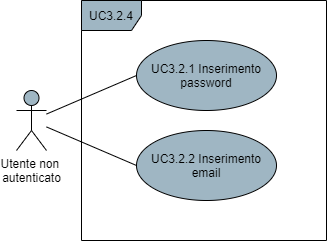
Omicron-Team/Documentazione keeps this draw.io diagram as DocumentazioneEsterna/AnalisiDeiRequisiti/res/UseCase/Immagini/InserimentoDatiLoginVenditore.png. Above is the earlier version. Source tidied: cells renumbered, new cells last; positions are measured from the earlier drawing's top-left corner, leaving out a move shared by most shapes. Its diagram source:
```xml
<mxGraphModel>
  <root>
    <mxCell id="0" />
    <mxCell id="1" parent="0" />
    <mxCell id="2" value="Utente non &lt;br&gt;autenticato" style="shape=umlActor;verticalLabelPosition=bottom;verticalAlign=top;html=1;fillColor=#9FB6C3;" parent="1" vertex="1">
      <mxGeometry y="90" width="30" height="60" as="geometry" />
    </mxCell>
    <mxCell id="3" value="UC3.2.4" style="shape=umlFrame;whiteSpace=wrap;html=1;fillColor=#9FB6C3;" parent="1" vertex="1">
      <mxGeometry x="65" width="245" height="240" as="geometry" />
    </mxCell>
    <mxCell id="4" value="UC3.2.1 Inserimento password" style="ellipse;whiteSpace=wrap;html=1;fillColor=#9FB6C3;" parent="1" vertex="1">
      <mxGeometry x="120" y="40" width="140" height="70" as="geometry" />
    </mxCell>
    <mxCell id="5" style="edgeStyle=none;rounded=0;jettySize=auto;html=1;entryX=0;entryY=0.5;entryDx=0;entryDy=0;endArrow=none;endFill=0;endSize=10;" parent="1" edge="1" source="2" target="4">
      <mxGeometry relative="1" as="geometry" />
    </mxCell>
    <mxCell id="6" value="UC3.2.2 Inserimento email" style="ellipse;whiteSpace=wrap;html=1;fillColor=#9FB6C3;" parent="1" vertex="1">
      <mxGeometry x="120" y="130" width="140" height="70" as="geometry" />
    </mxCell>
    <mxCell id="7" style="endArrow=none;html=1;entryX=0;entryY=0.5;entryDx=0;entryDy=0;" parent="1" edge="1" source="2" target="6">
      <mxGeometry relative="1" as="geometry" />
    </mxCell>
  </root>
</mxGraphModel>
```
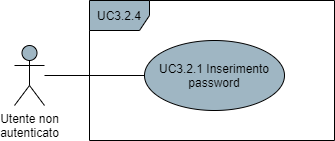
Later version of the same file.

Commit message:
Fix immagini logincliente e loginvenditore

The edit, as a diff of the source:
```diff
@@ -2,11 +2,11 @@
   <root>
     <mxCell id="0" />
     <mxCell id="1" parent="0" />
-    <mxCell id="2" value="Utente non &lt;br&gt;autenticato" style="shape=umlActor;verticalLabelPosition=bottom;verticalAlign=top;html=1;fillColor=#9FB6C3;" parent="1" vertex="1">
-      <mxGeometry y="90" width="30" height="60" as="geometry" />
+    <mxCell id="2" value="Utente non&lt;br&gt;autenticato" style="shape=umlActor;verticalLabelPosition=bottom;verticalAlign=top;html=1;fillColor=#9FB6C3;" parent="1" vertex="1">
+      <mxGeometry x="-10" y="45" width="30" height="60" as="geometry" />
     </mxCell>
     <mxCell id="3" value="UC3.2.4" style="shape=umlFrame;whiteSpace=wrap;html=1;fillColor=#9FB6C3;" parent="1" vertex="1">
-      <mxGeometry x="65" width="245" height="240" as="geometry" />
+      <mxGeometry x="65" width="245" height="140" as="geometry" />
     </mxCell>
     <mxCell id="4" value="UC3.2.1 Inserimento password" style="ellipse;whiteSpace=wrap;html=1;fillColor=#9FB6C3;" parent="1" vertex="1">
       <mxGeometry x="120" y="40" width="140" height="70" as="geometry" />
@@ -14,11 +14,5 @@
     <mxCell id="5" style="edgeStyle=none;rounded=0;jettySize=auto;html=1;entryX=0;entryY=0.5;entryDx=0;entryDy=0;endArrow=none;endFill=0;endSize=10;" parent="1" edge="1" source="2" target="4">
       <mxGeometry relative="1" as="geometry" />
     </mxCell>
-    <mxCell id="6" value="UC3.2.2 Inserimento email" style="ellipse;whiteSpace=wrap;html=1;fillColor=#9FB6C3;" parent="1" vertex="1">
-      <mxGeometry x="120" y="130" width="140" height="70" as="geometry" />
-    </mxCell>
-    <mxCell id="7" style="endArrow=none;html=1;entryX=0;entryY=0.5;entryDx=0;entryDy=0;" parent="1" edge="1" source="2" target="6">
-      <mxGeometry relative="1" as="geometry" />
-    </mxCell>
   </root>
 </mxGraphModel>
```
